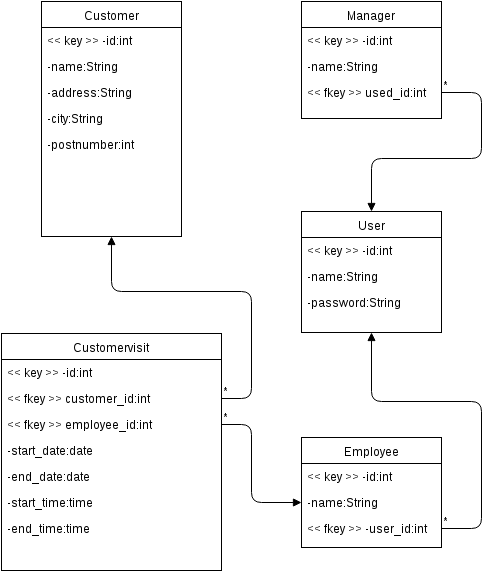
Above: doc/doc_markdown/pictures/relaatiotietokantakaavio.png in anttihaap/Tsoha-Bootstrap (draw.io), before the change. Source tidied: cells renumbered, new cells last; positions are measured from the earlier drawing's top-left corner, leaving out a move shared by most shapes. Its diagram source:
```xml
<mxGraphModel background="#ffffff">
  <root>
    <mxCell id="0" />
    <mxCell id="1" parent="0" />
    <mxCell id="2" value="Customer" style="swimlane;html=1;fontStyle=0;horizontal=1;startSize=26;fillColor=none;swimlaneFillColor=#ffffff;" parent="1" vertex="1">
      <mxGeometry x="40" width="140" height="235" as="geometry" />
    </mxCell>
    <mxCell id="3" value="&amp;lt;&amp;lt; key &amp;gt;&amp;gt; -id:int&lt;div&gt;&lt;br&gt;&lt;div&gt;&lt;br&gt;&lt;/div&gt;&lt;/div&gt;" style="text;html=1;strokeColor=none;fillColor=none;align=left;verticalAlign=top;spacingLeft=4;spacingRight=4;whiteSpace=wrap;overflow=hidden;" parent="2" vertex="1">
      <mxGeometry y="26" width="140" height="26" as="geometry" />
    </mxCell>
    <mxCell id="4" value="-name:String" style="text;html=1;strokeColor=none;fillColor=none;align=left;verticalAlign=top;spacingLeft=4;spacingRight=4;whiteSpace=wrap;overflow=hidden;" parent="2" vertex="1">
      <mxGeometry y="52" width="140" height="26" as="geometry" />
    </mxCell>
    <mxCell id="5" value="-address:String" style="text;html=1;strokeColor=none;fillColor=none;align=left;verticalAlign=top;spacingLeft=4;spacingRight=4;whiteSpace=wrap;overflow=hidden;" parent="2" vertex="1">
      <mxGeometry y="78" width="140" height="26" as="geometry" />
    </mxCell>
    <mxCell id="6" value="-city:String" style="text;html=1;strokeColor=none;fillColor=none;align=left;verticalAlign=top;spacingLeft=4;spacingRight=4;whiteSpace=wrap;overflow=hidden;" parent="2" vertex="1">
      <mxGeometry y="104" width="140" height="26" as="geometry" />
    </mxCell>
    <mxCell id="7" value="-postnumber:int" style="text;html=1;strokeColor=none;fillColor=none;align=left;verticalAlign=top;spacingLeft=4;spacingRight=4;whiteSpace=wrap;overflow=hidden;" parent="2" vertex="1">
      <mxGeometry y="130" width="140" height="26" as="geometry" />
    </mxCell>
    <mxCell id="8" value="User" style="swimlane;html=1;fontStyle=0;horizontal=1;startSize=26;fillColor=none;swimlaneFillColor=#ffffff;" parent="1" vertex="1">
      <mxGeometry x="300" y="210" width="140" height="121" as="geometry" />
    </mxCell>
    <mxCell id="9" value="&amp;lt;&amp;lt; key &amp;gt;&amp;gt; -id:int" style="text;html=1;strokeColor=none;fillColor=none;align=left;verticalAlign=top;spacingLeft=4;spacingRight=4;whiteSpace=wrap;overflow=hidden;" parent="8" vertex="1">
      <mxGeometry y="26" width="140" height="26" as="geometry" />
    </mxCell>
    <mxCell id="10" value="-name:String" style="text;html=1;strokeColor=none;fillColor=none;align=left;verticalAlign=top;spacingLeft=4;spacingRight=4;whiteSpace=wrap;overflow=hidden;" parent="8" vertex="1">
      <mxGeometry y="52" width="140" height="26" as="geometry" />
    </mxCell>
    <mxCell id="11" value="-password:String" style="text;html=1;strokeColor=none;fillColor=none;align=left;verticalAlign=top;spacingLeft=4;spacingRight=4;whiteSpace=wrap;overflow=hidden;" parent="8" vertex="1">
      <mxGeometry y="78" width="140" height="26" as="geometry" />
    </mxCell>
    <mxCell id="12" value="Employee" style="swimlane;html=1;fontStyle=0;horizontal=1;startSize=26;fillColor=none;swimlaneFillColor=#ffffff;" parent="1" vertex="1">
      <mxGeometry x="300" y="436" width="140" height="110" as="geometry" />
    </mxCell>
    <mxCell id="13" value="&amp;lt;&amp;lt; key &amp;gt;&amp;gt; -id:int" style="text;html=1;strokeColor=none;fillColor=none;align=left;verticalAlign=top;spacingLeft=4;spacingRight=4;whiteSpace=wrap;overflow=hidden;" parent="12" vertex="1">
      <mxGeometry y="26" width="140" height="26" as="geometry" />
    </mxCell>
    <mxCell id="14" value="-name:String" style="text;html=1;strokeColor=none;fillColor=none;align=left;verticalAlign=top;spacingLeft=4;spacingRight=4;whiteSpace=wrap;overflow=hidden;points=[[0,0.5],[1,0.5]];portConstraint=eastwest;" parent="12" vertex="1">
      <mxGeometry y="52" width="140" height="26" as="geometry" />
    </mxCell>
    <mxCell id="15" value="&amp;lt;&amp;lt; fkey &amp;gt;&amp;gt; -user_id:int" style="text;html=1;strokeColor=none;fillColor=none;align=left;verticalAlign=top;spacingLeft=4;spacingRight=4;whiteSpace=wrap;overflow=hidden;points=[[0,0.5],[1,0.5]];portConstraint=eastwest;" parent="12" vertex="1">
      <mxGeometry y="78" width="140" height="26" as="geometry" />
    </mxCell>
    <mxCell id="16" value="Manager" style="swimlane;html=1;fontStyle=0;horizontal=1;startSize=26;fillColor=none;swimlaneFillColor=#ffffff;" parent="1" vertex="1">
      <mxGeometry x="300" width="140" height="117" as="geometry" />
    </mxCell>
    <mxCell id="17" value="&amp;lt;&amp;lt; key &amp;gt;&amp;gt; -id:int" style="text;html=1;strokeColor=none;fillColor=none;align=left;verticalAlign=top;spacingLeft=4;spacingRight=4;whiteSpace=wrap;overflow=hidden;" parent="16" vertex="1">
      <mxGeometry y="26" width="140" height="26" as="geometry" />
    </mxCell>
    <mxCell id="18" value="-name:String" style="text;html=1;strokeColor=none;fillColor=none;align=left;verticalAlign=top;spacingLeft=4;spacingRight=4;whiteSpace=wrap;overflow=hidden;" parent="16" vertex="1">
      <mxGeometry y="52" width="140" height="26" as="geometry" />
    </mxCell>
    <mxCell id="19" value="&amp;lt;&amp;lt; fkey &amp;gt;&amp;gt; used_id:int" style="text;html=1;strokeColor=none;fillColor=none;align=left;verticalAlign=top;spacingLeft=4;spacingRight=4;whiteSpace=wrap;overflow=hidden;points=[[0,0.5],[1,0.5]];portConstraint=eastwest;" parent="16" vertex="1">
      <mxGeometry y="78" width="140" height="26" as="geometry" />
    </mxCell>
    <mxCell id="20" value="Customervisit" style="swimlane;html=1;fontStyle=0;horizontal=1;startSize=26;fillColor=none;swimlaneFillColor=#ffffff;" parent="1" vertex="1">
      <mxGeometry y="332" width="220" height="237" as="geometry" />
    </mxCell>
    <mxCell id="21" value="&amp;lt;&amp;lt; key &amp;gt;&amp;gt; -id:int" style="text;html=1;strokeColor=none;fillColor=none;align=left;verticalAlign=top;spacingLeft=4;spacingRight=4;whiteSpace=wrap;overflow=hidden;" parent="20" vertex="1">
      <mxGeometry y="26" width="220" height="26" as="geometry" />
    </mxCell>
    <mxCell id="22" value="&amp;lt;&amp;lt; fkey &amp;gt;&amp;gt; customer_id:int" style="text;html=1;strokeColor=none;fillColor=none;align=left;verticalAlign=top;spacingLeft=4;spacingRight=4;whiteSpace=wrap;overflow=hidden;points=[[0,0.5],[1,0.5]];portConstraint=eastwest;" parent="20" vertex="1">
      <mxGeometry y="52" width="220" height="26" as="geometry" />
    </mxCell>
    <mxCell id="23" value="&amp;lt;&amp;lt; fkey &amp;gt;&amp;gt; employee_id:int" style="text;html=1;strokeColor=none;fillColor=none;align=left;verticalAlign=top;spacingLeft=4;spacingRight=4;whiteSpace=wrap;overflow=hidden;points=[[0,0.5],[1,0.5]];portConstraint=eastwest;" parent="20" vertex="1">
      <mxGeometry y="78" width="220" height="26" as="geometry" />
    </mxCell>
    <mxCell id="24" value="-start_date:date" style="text;html=1;strokeColor=none;fillColor=none;align=left;verticalAlign=top;spacingLeft=4;spacingRight=4;whiteSpace=wrap;overflow=hidden;" parent="20" vertex="1">
      <mxGeometry y="104" width="220" height="26" as="geometry" />
    </mxCell>
    <mxCell id="25" value="-end_date:date" style="text;html=1;strokeColor=none;fillColor=none;align=left;verticalAlign=top;spacingLeft=4;spacingRight=4;whiteSpace=wrap;overflow=hidden;" parent="20" vertex="1">
      <mxGeometry y="130" width="220" height="26" as="geometry" />
    </mxCell>
    <mxCell id="26" value="-start_time:time" style="text;html=1;strokeColor=none;fillColor=none;align=left;verticalAlign=top;spacingLeft=4;spacingRight=4;whiteSpace=wrap;overflow=hidden;" parent="20" vertex="1">
      <mxGeometry y="156" width="220" height="26" as="geometry" />
    </mxCell>
    <mxCell id="27" value="-end_time:time" style="text;html=1;strokeColor=none;fillColor=none;align=left;verticalAlign=top;spacingLeft=4;spacingRight=4;whiteSpace=wrap;overflow=hidden;" parent="20" vertex="1">
      <mxGeometry y="182" width="220" height="26" as="geometry" />
    </mxCell>
    <mxCell id="28" value="&lt;div&gt;&lt;br&gt;&lt;/div&gt;&lt;div&gt;&lt;br&gt;&lt;/div&gt;" style="endArrow=block;endFill=1;html=1;edgeStyle=orthogonalEdgeStyle;align=left;verticalAlign=top;entryX=0.5;entryY=1;exitX=1;exitY=0.5;" parent="1" edge="1" source="22" target="2">
      <mxGeometry x="-0.55" y="-30" relative="1" as="geometry">
        <Array as="points">
          <mxPoint x="250" y="397" />
          <mxPoint x="250" y="290" />
          <mxPoint x="110" y="290" />
        </Array>
      </mxGeometry>
    </mxCell>
    <mxCell id="29" value="*" style="html=1;align=left;verticalAlign=bottom;labelBackgroundColor=#ffffff;fontSize=10;" parent="28" vertex="1">
      <mxGeometry x="-1" relative="1" as="geometry" />
    </mxCell>
    <mxCell id="30" value="&lt;div&gt;&lt;br&gt;&lt;/div&gt;" style="endArrow=block;endFill=1;html=1;edgeStyle=orthogonalEdgeStyle;align=left;verticalAlign=top;entryX=0;entryY=0.5;exitX=1;exitY=0.5;" parent="1" edge="1" source="23" target="14">
      <mxGeometry x="-1" relative="1" as="geometry">
        <Array as="points">
          <mxPoint x="250" y="423" />
          <mxPoint x="250" y="501" />
        </Array>
      </mxGeometry>
    </mxCell>
    <mxCell id="31" value="*" style="html=1;align=left;verticalAlign=bottom;labelBackgroundColor=#ffffff;fontSize=10;" parent="30" vertex="1">
      <mxGeometry x="-1" relative="1" as="geometry" />
    </mxCell>
    <mxCell id="32" style="endArrow=block;endFill=1;html=1;edgeStyle=orthogonalEdgeStyle;align=center;verticalAlign=bottom;entryX=0.5;entryY=0;labelPosition=center;verticalLabelPosition=bottom;exitX=1;exitY=0.5;" parent="1" edge="1" source="19" target="8">
      <mxGeometry x="-1" relative="1" as="geometry">
        <Array as="points">
          <mxPoint x="480" y="91" />
          <mxPoint x="480" y="157" />
          <mxPoint x="370" y="157" />
        </Array>
      </mxGeometry>
    </mxCell>
    <mxCell id="33" value="*" style="html=1;align=left;verticalAlign=bottom;labelBackgroundColor=#ffffff;fontSize=10;" parent="32" vertex="1">
      <mxGeometry x="-1" relative="1" as="geometry" />
    </mxCell>
    <mxCell id="34" style="endArrow=block;endFill=1;html=1;edgeStyle=orthogonalEdgeStyle;align=center;verticalAlign=bottom;labelPosition=center;verticalLabelPosition=bottom;entryX=0.5;entryY=1;exitX=1;exitY=0.5;rounded=1;" parent="1" edge="1" source="15" target="8">
      <mxGeometry x="459" y="391" as="geometry">
        <Array as="points">
          <mxPoint x="480" y="527" />
          <mxPoint x="480" y="400" />
          <mxPoint x="370" y="400" />
        </Array>
      </mxGeometry>
    </mxCell>
    <mxCell id="35" value="*" style="html=1;align=left;verticalAlign=bottom;labelBackgroundColor=#ffffff;fontSize=10;" parent="34" vertex="1">
      <mxGeometry x="-1" relative="1" as="geometry" />
    </mxCell>
  </root>
</mxGraphModel>
```
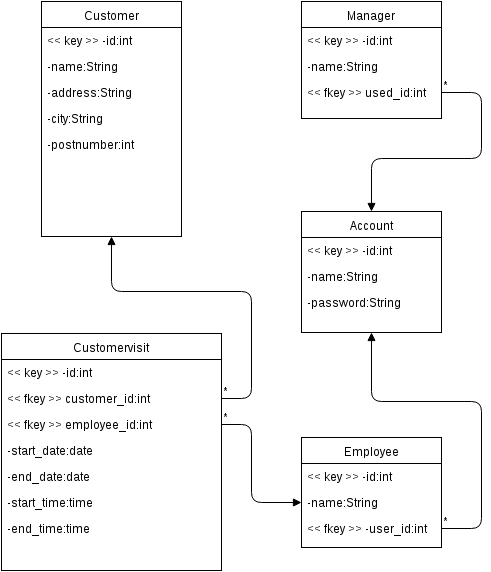
Above is the later version.

Change to the diagram source:
```diff
@@ -20,7 +20,7 @@
     <mxCell id="7" value="-postnumber:int" style="text;html=1;strokeColor=none;fillColor=none;align=left;verticalAlign=top;spacingLeft=4;spacingRight=4;whiteSpace=wrap;overflow=hidden;" parent="2" vertex="1">
       <mxGeometry y="130" width="140" height="26" as="geometry" />
     </mxCell>
-    <mxCell id="8" value="User" style="swimlane;html=1;fontStyle=0;horizontal=1;startSize=26;fillColor=none;swimlaneFillColor=#ffffff;" parent="1" vertex="1">
+    <mxCell id="8" value="Account" style="swimlane;html=1;fontStyle=0;horizontal=1;startSize=26;fillColor=none;swimlaneFillColor=#ffffff;" parent="1" vertex="1">
       <mxGeometry x="300" y="210" width="140" height="121" as="geometry" />
     </mxCell>
     <mxCell id="9" value="&amp;lt;&amp;lt; key &amp;gt;&amp;gt; -id:int" style="text;html=1;strokeColor=none;fillColor=none;align=left;verticalAlign=top;spacingLeft=4;spacingRight=4;whiteSpace=wrap;overflow=hidden;" parent="8" vertex="1">
```
